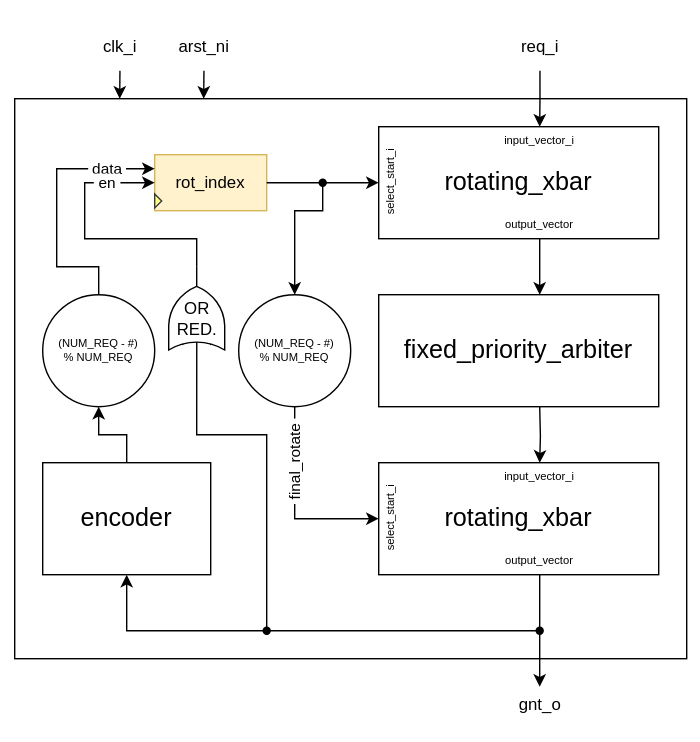
Above: document/rtl/round_robin_arbiter_des.svg in tahmeedKENJI/rv64g-core-experiment-tahmeed (draw.io), before the change. Source tidied: cells renumbered, new cells last; positions are measured from the earlier drawing's top-left corner, leaving out a move shared by most shapes. The source it was exported from:
```xml
<mxGraphModel>
  <root>
    <mxCell id="0" />
    <mxCell id="1" parent="0" />
    <mxCell id="2" style="rounded=0;whiteSpace=wrap;html=1;strokeColor=none;" parent="1" vertex="1">
      <mxGeometry width="500" height="530" as="geometry" />
    </mxCell>
    <mxCell id="3" style="rounded=0;whiteSpace=wrap;html=1;" parent="1" vertex="1">
      <mxGeometry x="10" y="70" width="480" height="400" as="geometry" />
    </mxCell>
    <mxCell id="4" value="fixed_priority_arbiter" style="rounded=0;whiteSpace=wrap;html=1;fontSize=18;" parent="1" vertex="1">
      <mxGeometry x="270" y="210" width="200" height="80" as="geometry" />
    </mxCell>
    <mxCell id="5" style="group;" parent="1" vertex="1">
      <mxGeometry x="110" y="110" width="80" height="40" as="geometry" />
    </mxCell>
    <mxCell id="6" value="rot_index" style="rounded=0;whiteSpace=wrap;html=1;fillColor=#fff2cc;strokeColor=#d6b656;" parent="5" vertex="1">
      <mxGeometry width="80" height="40" as="geometry" />
    </mxCell>
    <mxCell id="7" style="triangle;whiteSpace=wrap;html=1;fillColor=#ffff88;strokeColor=#36393d;" parent="5" vertex="1">
      <mxGeometry y="28" width="5" height="10" as="geometry" />
    </mxCell>
    <mxCell id="8" style="endArrow=classic;html=1;rounded=0;exitX=1;exitY=0.5;exitDx=0;exitDy=0;entryX=0;entryY=0.5;entryDx=0;entryDy=0;" parent="1" edge="1" source="6" target="14">
      <mxGeometry relative="1" as="geometry" />
    </mxCell>
    <mxCell id="9" value="rotating_xbar" style="rounded=0;whiteSpace=wrap;html=1;fontSize=18;" parent="1" vertex="1">
      <mxGeometry x="270" y="90" width="200" height="80" as="geometry" />
    </mxCell>
    <mxCell id="10" style="edgeStyle=orthogonalEdgeStyle;rounded=0;jettySize=auto;html=1;exitX=0.5;exitY=0;exitDx=0;exitDy=0;entryX=0.5;entryY=0;entryDx=0;entryDy=0;" parent="1" edge="1" target="11">
      <mxGeometry relative="1" as="geometry">
        <mxPoint x="385.2" y="50" as="sourcePoint" />
        <Array as="points">
          <mxPoint x="385" y="70" />
          <mxPoint x="385" y="70" />
        </Array>
      </mxGeometry>
    </mxCell>
    <mxCell id="11" value="input_vector_i" style="rounded=0;whiteSpace=wrap;html=1;fillColor=none;strokeColor=none;fontSize=8;fontStyle=0;" parent="1" vertex="1">
      <mxGeometry x="340" y="90" width="90" height="20" as="geometry" />
    </mxCell>
    <mxCell id="12" style="edgeStyle=orthogonalEdgeStyle;rounded=0;jettySize=auto;html=1;entryX=0.5;entryY=0;entryDx=0;entryDy=0;" parent="1" edge="1" source="13">
      <mxGeometry relative="1" as="geometry">
        <mxPoint x="385" y="210" as="targetPoint" />
      </mxGeometry>
    </mxCell>
    <mxCell id="13" value="output_vector" style="rounded=0;whiteSpace=wrap;html=1;fillColor=none;strokeColor=none;fontSize=8;fontStyle=0;" parent="1" vertex="1">
      <mxGeometry x="340" y="150" width="90" height="20" as="geometry" />
    </mxCell>
    <mxCell id="14" value="select_start_i" style="rounded=0;whiteSpace=wrap;html=1;fillColor=none;strokeColor=none;fontSize=8;fontStyle=0;horizontal=0;" parent="1" vertex="1">
      <mxGeometry x="270" y="90" width="17" height="80" as="geometry" />
    </mxCell>
    <mxCell id="15" style="edgeStyle=orthogonalEdgeStyle;rounded=0;jettySize=auto;html=1;exitX=0.5;exitY=1;exitDx=0;exitDy=0;entryX=0.5;entryY=0;entryDx=0;entryDy=0;" parent="1" edge="1" target="17">
      <mxGeometry relative="1" as="geometry">
        <mxPoint x="385" y="290" as="sourcePoint" />
      </mxGeometry>
    </mxCell>
    <mxCell id="16" value="rotating_xbar" style="rounded=0;whiteSpace=wrap;html=1;fontSize=18;" parent="1" vertex="1">
      <mxGeometry x="270" y="330" width="200" height="80" as="geometry" />
    </mxCell>
    <mxCell id="17" value="input_vector_i" style="rounded=0;whiteSpace=wrap;html=1;fillColor=none;strokeColor=none;fontSize=8;fontStyle=0;" parent="1" vertex="1">
      <mxGeometry x="340" y="330" width="90" height="20" as="geometry" />
    </mxCell>
    <mxCell id="18" style="edgeStyle=orthogonalEdgeStyle;rounded=0;jettySize=auto;html=1;" parent="1" edge="1" source="19">
      <mxGeometry relative="1" as="geometry">
        <mxPoint x="385" y="490" as="targetPoint" />
      </mxGeometry>
    </mxCell>
    <mxCell id="19" value="output_vector" style="rounded=0;whiteSpace=wrap;html=1;fillColor=none;strokeColor=none;fontSize=8;fontStyle=0;" parent="1" vertex="1">
      <mxGeometry x="340" y="390" width="90" height="20" as="geometry" />
    </mxCell>
    <mxCell id="20" value="select_start_i" style="rounded=0;whiteSpace=wrap;html=1;fillColor=none;strokeColor=none;fontSize=8;fontStyle=0;horizontal=0;" parent="1" vertex="1">
      <mxGeometry x="270" y="330" width="17" height="80" as="geometry" />
    </mxCell>
    <mxCell id="21" style="edgeStyle=orthogonalEdgeStyle;rounded=0;jettySize=auto;html=1;" parent="1" edge="1" source="22" target="24">
      <mxGeometry relative="1" as="geometry">
        <Array as="points">
          <mxPoint x="230" y="150" />
          <mxPoint x="210" y="150" />
        </Array>
      </mxGeometry>
    </mxCell>
    <mxCell id="22" style="shape=waypoint;sketch=0;size=6;points=[];fillColor=none;perimeter=centerPerimeter;snapToPoint=1;" parent="1" vertex="1">
      <mxGeometry x="220" y="120" width="20" height="20" as="geometry" />
    </mxCell>
    <mxCell id="23" value="&amp;nbsp;final_rotate&amp;nbsp;" style="edgeStyle=orthogonalEdgeStyle;rounded=0;jettySize=auto;html=1;entryX=0;entryY=0.5;entryDx=0;entryDy=0;horizontal=0;" parent="1" edge="1" source="24" target="20">
      <mxGeometry x="-0.43" relative="1" as="geometry">
        <Array as="points">
          <mxPoint x="210" y="370" />
        </Array>
      </mxGeometry>
    </mxCell>
    <mxCell id="24" value="(NUM_REQ - #)&lt;div style=&quot;font-size: 8px;&quot;&gt;% NUM_REQ&lt;/div&gt;" style="ellipse;whiteSpace=wrap;html=1;fontStyle=0;fontSize=8;" parent="1" vertex="1">
      <mxGeometry x="170" y="210" width="80" height="80" as="geometry" />
    </mxCell>
    <mxCell id="25" value="&amp;nbsp;data&amp;nbsp;" style="edgeStyle=orthogonalEdgeStyle;rounded=0;jettySize=auto;html=1;entryX=0;entryY=0.25;entryDx=0;entryDy=0;exitX=0.5;exitY=0;exitDx=0;exitDy=0;" parent="1" edge="1" source="36" target="6">
      <mxGeometry x="0.65" relative="1" as="geometry">
        <Array as="points">
          <mxPoint x="70" y="190" />
          <mxPoint x="40" y="190" />
          <mxPoint x="40" y="120" />
        </Array>
      </mxGeometry>
    </mxCell>
    <mxCell id="26" value="encoder" style="rounded=0;whiteSpace=wrap;html=1;fontSize=18;" parent="1" vertex="1">
      <mxGeometry x="30" y="330" width="120" height="80" as="geometry" />
    </mxCell>
    <mxCell id="27" style="edgeStyle=orthogonalEdgeStyle;rounded=0;jettySize=auto;html=1;" parent="1" edge="1" source="28" target="26">
      <mxGeometry relative="1" as="geometry" />
    </mxCell>
    <mxCell id="28" style="shape=waypoint;sketch=0;size=6;points=[];fillColor=none;perimeter=centerPerimeter;snapToPoint=1;" parent="1" vertex="1">
      <mxGeometry x="375" y="440" width="20" height="20" as="geometry" />
    </mxCell>
    <mxCell id="29" value="req_i" style="text;html=1;align=center;verticalAlign=middle;strokeColor=none;fillColor=none;" parent="1" vertex="1">
      <mxGeometry x="360" y="18" width="50" height="30" as="geometry" />
    </mxCell>
    <mxCell id="30" value="gnt_o" style="text;html=1;align=center;verticalAlign=middle;strokeColor=none;fillColor=none;" parent="1" vertex="1">
      <mxGeometry x="360" y="488" width="50" height="30" as="geometry" />
    </mxCell>
    <mxCell id="31" style="rounded=0;orthogonalLoop=1;jettySize=auto;html=1;exitX=0.5;exitY=0;exitDx=0;exitDy=0;" parent="1" edge="1">
      <mxGeometry relative="1" as="geometry">
        <mxPoint x="85.2" y="50" as="sourcePoint" />
        <mxPoint x="85" y="70" as="targetPoint" />
      </mxGeometry>
    </mxCell>
    <mxCell id="32" value="clk_i" style="text;html=1;align=center;verticalAlign=middle;strokeColor=none;fillColor=none;" parent="1" vertex="1">
      <mxGeometry x="60" y="18" width="50" height="30" as="geometry" />
    </mxCell>
    <mxCell id="33" style="rounded=0;orthogonalLoop=1;jettySize=auto;html=1;exitX=0.5;exitY=0;exitDx=0;exitDy=0;" parent="1" edge="1">
      <mxGeometry relative="1" as="geometry">
        <mxPoint x="145.2" y="50" as="sourcePoint" />
        <mxPoint x="145" y="70" as="targetPoint" />
      </mxGeometry>
    </mxCell>
    <mxCell id="34" value="arst_ni" style="text;html=1;align=center;verticalAlign=middle;strokeColor=none;fillColor=none;" parent="1" vertex="1">
      <mxGeometry x="115" y="18" width="60" height="30" as="geometry" />
    </mxCell>
    <mxCell id="35" style="edgeStyle=orthogonalEdgeStyle;rounded=0;jettySize=auto;html=1;" parent="1" edge="1" source="26" target="36">
      <mxGeometry relative="1" as="geometry" />
    </mxCell>
    <mxCell id="36" value="(NUM_REQ - #)&lt;div&gt;% NUM_REQ&lt;/div&gt;" style="ellipse;whiteSpace=wrap;html=1;fontStyle=0;fontSize=8;" parent="1" vertex="1">
      <mxGeometry x="30" y="210" width="80" height="80" as="geometry" />
    </mxCell>
    <mxCell id="37" style="group;" parent="1" vertex="1">
      <mxGeometry x="120" y="190" width="40" height="76" as="geometry" />
    </mxCell>
    <mxCell id="38" style="verticalLabelPosition=bottom;shadow=0;dashed=0;align=center;html=1;verticalAlign=top;shape=mxgraph.electrical.logic_gates.logic_gate;operation=or;direction=north;" parent="37" vertex="1">
      <mxGeometry width="40" height="70" as="geometry" />
    </mxCell>
    <mxCell id="39" style="whiteSpace=wrap;html=1;strokeColor=none;" parent="37" vertex="1">
      <mxGeometry x="9" y="56" width="22" height="20" as="geometry" />
    </mxCell>
    <mxCell id="40" value="&amp;nbsp;en&amp;nbsp;" style="edgeStyle=orthogonalEdgeStyle;rounded=0;jettySize=auto;html=1;entryX=0;entryY=0.5;entryDx=0;entryDy=0;exitX=1;exitY=0.5;exitDx=0;exitDy=0;exitPerimeter=0;" parent="1" edge="1" source="38" target="6">
      <mxGeometry x="0.65" relative="1" as="geometry">
        <Array as="points">
          <mxPoint x="140" y="170" />
          <mxPoint x="60" y="170" />
          <mxPoint x="60" y="130" />
        </Array>
      </mxGeometry>
    </mxCell>
    <mxCell id="41" style="edgeStyle=orthogonalEdgeStyle;rounded=0;jettySize=auto;html=1;entryX=0.231;entryY=0.501;entryDx=0;entryDy=0;entryPerimeter=0;endArrow=none;endFill=0;" parent="1" edge="1" source="42" target="38">
      <mxGeometry relative="1" as="geometry">
        <Array as="points">
          <mxPoint x="190" y="310" />
          <mxPoint x="140" y="310" />
        </Array>
      </mxGeometry>
    </mxCell>
    <mxCell id="42" style="shape=waypoint;sketch=0;size=6;points=[];fillColor=none;perimeter=centerPerimeter;snapToPoint=1;" parent="1" vertex="1">
      <mxGeometry x="180" y="440" width="20" height="20" as="geometry" />
    </mxCell>
    <mxCell id="43" value="OR&lt;div&gt;RED.&lt;/div&gt;" style="text;html=1;align=center;verticalAlign=middle;strokeColor=none;fillColor=none;" parent="1" vertex="1">
      <mxGeometry x="115" y="207" width="50" height="40" as="geometry" />
    </mxCell>
  </root>
</mxGraphModel>
```
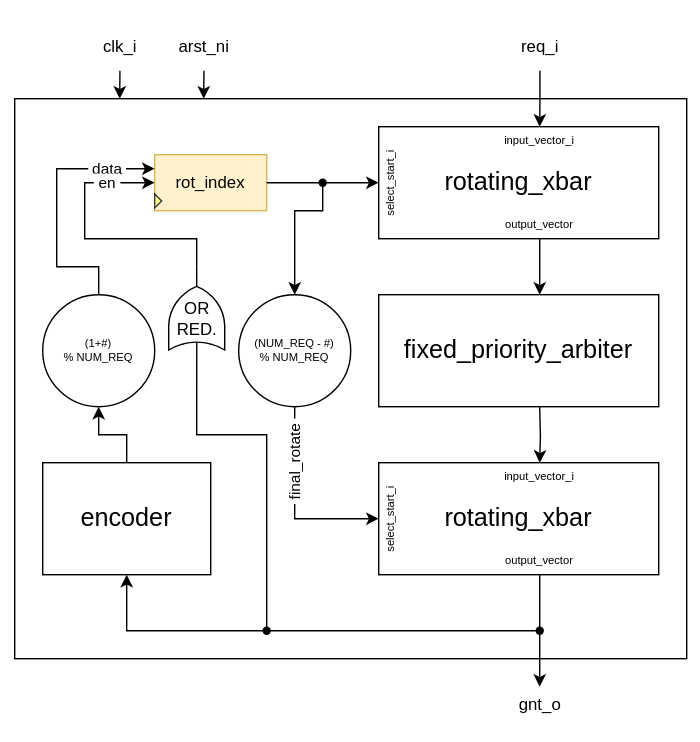
Above is the later version.

What changed in the source:
```diff
@@ -137,7 +137,7 @@
     <mxCell id="35" style="edgeStyle=orthogonalEdgeStyle;rounded=0;jettySize=auto;html=1;" parent="1" edge="1" source="26" target="36">
       <mxGeometry relative="1" as="geometry" />
     </mxCell>
-    <mxCell id="36" value="(NUM_REQ - #)&lt;div&gt;% NUM_REQ&lt;/div&gt;" style="ellipse;whiteSpace=wrap;html=1;fontStyle=0;fontSize=8;" parent="1" vertex="1">
+    <mxCell id="36" value="(1+#)&lt;div&gt;% NUM_REQ&lt;/div&gt;" style="ellipse;whiteSpace=wrap;html=1;fontStyle=0;fontSize=8;" parent="1" vertex="1">
       <mxGeometry x="30" y="210" width="80" height="80" as="geometry" />
     </mxCell>
     <mxCell id="37" style="group;" parent="1" vertex="1">
```
